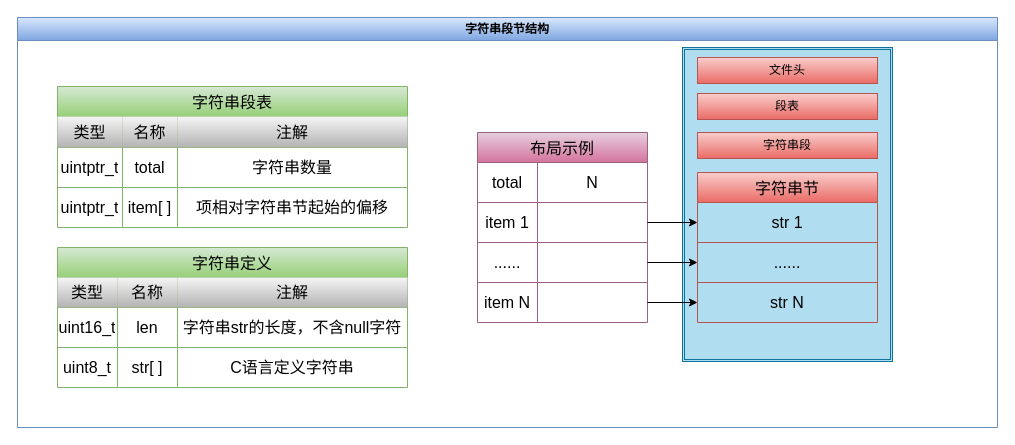
The draw.io diagram page "字符串段节" (4 of 14) of content/4_ByteCode/字节码文件图集.drawio in irscript/lang-vm-rt-c, before the edit. Source tidied: cells renumbered, new cells numbered last; positions are measured from the earlier drawing's top-left corner, leaving out a move shared by most shapes. Both pictures are drawn from the tidied source at 100%, with x=0, y=0 at pixel (17, 17).
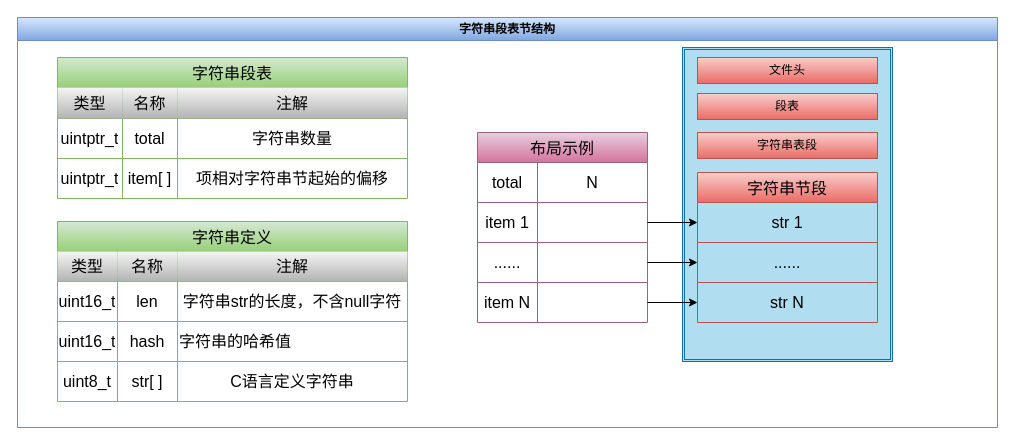
The same page after the edit.

The edit, as a diff of the source:
```diff
@@
-    <mxCell id="2" value="字符串段节结构" style="swimlane;whiteSpace=wrap;html=1;fillColor=#dae8fc;gradientColor=#7ea6e0;strokeColor=#6c8ebf;" parent="1" vertex="1">
+    <mxCell id="2" value="字符串段表节结构" style="swimlane;whiteSpace=wrap;html=1;fillColor=#dae8fc;gradientColor=#7ea6e0;strokeColor=#6c8ebf;" parent="1" vertex="1">
       <mxGeometry width="980" height="410" as="geometry" />
     </mxCell>
@@
     <mxCell id="4" value="字符串段表" style="shape=table;startSize=30;childLayout=tableLayout;strokeColor=#82b366;fontSize=16;fillColor=#d5e8d4;gradientColor=#97d077;" parent="2" vertex="1">
-      <mxGeometry x="40" y="69" width="350" height="141" as="geometry" />
+      <mxGeometry x="40" y="40" width="350" height="141" as="geometry" />
     </mxCell>
@@
     <mxCell id="17" value="字符串定义" style="shape=table;startSize=30;childLayout=tableLayout;strokeColor=#82b366;fontSize=16;fillColor=#d5e8d4;gradientColor=#97d077;" parent="2" vertex="1">
-      <mxGeometry x="40" y="230" width="350" height="140" as="geometry" />
+      <mxGeometry x="40" y="204" width="350" height="180" as="geometry" />
     </mxCell>
@@
+    <mxCell id="56" style="shape=tableRow;horizontal=0;startSize=0;swimlaneHead=0;swimlaneBody=0;strokeColor=inherit;top=0;left=0;bottom=0;right=0;fillColor=none;fontSize=16;" parent="17" vertex="1">
+      <mxGeometry y="100" width="350" height="40" as="geometry" />
+    </mxCell>
+    <mxCell id="57" value="uint16_t" style="shape=partialRectangle;html=1;whiteSpace=wrap;strokeColor=inherit;overflow=hidden;fillColor=none;top=0;left=0;bottom=0;right=0;fontSize=16;" parent="56" vertex="1">
+      <mxGeometry width="60" height="40" as="geometry" />
+    </mxCell>
+    <mxCell id="58" value="hash" style="shape=partialRectangle;html=1;whiteSpace=wrap;strokeColor=inherit;overflow=hidden;fillColor=none;top=0;left=0;bottom=0;right=0;fontSize=16;" parent="56" vertex="1">
+      <mxGeometry x="60" width="60" height="40" as="geometry" />
+    </mxCell>
+    <mxCell id="59" value="字符串的哈希值" style="shape=partialRectangle;html=1;whiteSpace=wrap;strokeColor=inherit;overflow=hidden;fillColor=none;top=0;left=0;bottom=0;right=0;fontSize=16;align=left;" parent="56" vertex="1">
+      <mxGeometry x="120" width="230" height="40" as="geometry" />
+    </mxCell>
     <mxCell id="26" style="shape=tableRow;horizontal=0;startSize=0;swimlaneHead=0;swimlaneBody=0;strokeColor=inherit;top=0;left=0;bottom=0;right=0;fillColor=none;fontSize=16;" parent="17" vertex="1">
-      <mxGeometry y="100" width="350" height="40" as="geometry" />
+      <mxGeometry y="140" width="350" height="40" as="geometry" />
     </mxCell>
@@
-    <mxCell id="43" value="字符串节" style="shape=table;startSize=30;childLayout=tableLayout;strokeColor=#b85450;fontSize=16;fillColor=#f8cecc;gradientColor=#ea6b66;" parent="2" vertex="1">
+    <mxCell id="43" value="字符串节段" style="shape=table;startSize=30;childLayout=tableLayout;strokeColor=#b85450;fontSize=16;fillColor=#f8cecc;gradientColor=#ea6b66;" parent="2" vertex="1">
       <mxGeometry x="680" y="155" width="180" height="150" as="geometry" />
     </mxCell>
@@
-    <mxCell id="53" value="字符串段" style="rounded=0;whiteSpace=wrap;html=1;fillColor=#f8cecc;gradientColor=#ea6b66;strokeColor=#b85450;" parent="2" vertex="1">
+    <mxCell id="53" value="字符串表段" style="rounded=0;whiteSpace=wrap;html=1;fillColor=#f8cecc;gradientColor=#ea6b66;strokeColor=#b85450;" parent="2" vertex="1">
       <mxGeometry x="680" y="115" width="180" height="26" as="geometry" />
     </mxCell>
```
